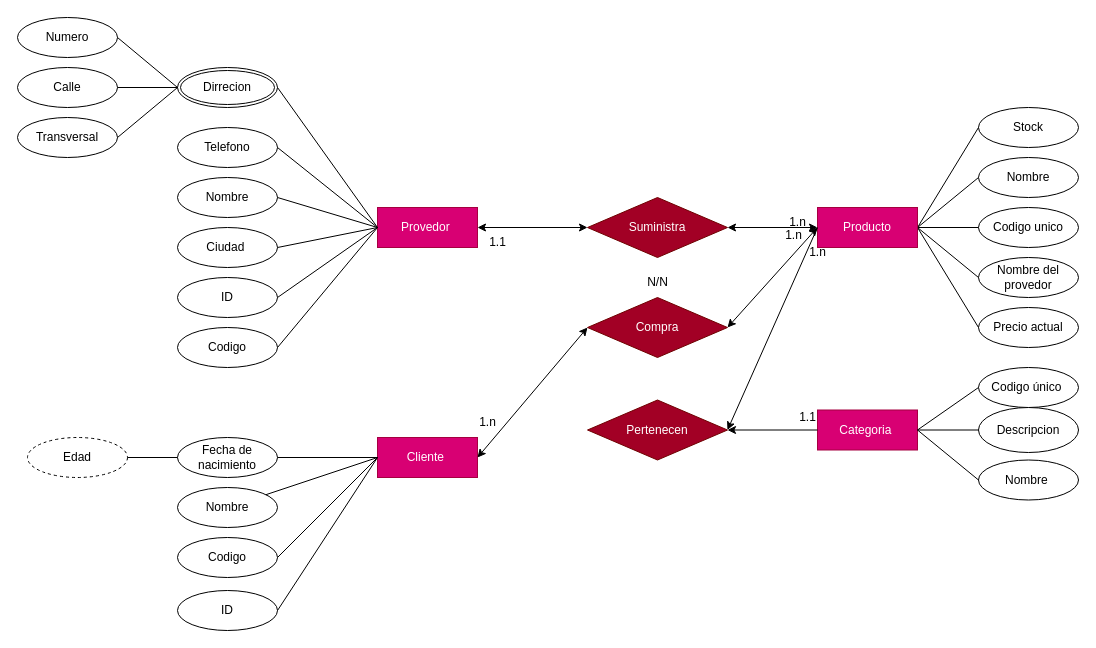
TatianaDaza/uni keeps this draw.io diagram as requisitos de sofware/Diagrama sin título.drawio. Above is the earlier version. Source tidied: cells renumbered, new cells numbered last; positions are measured from the earlier drawing's top-left corner, leaving out a move shared by most shapes. Both pictures are drawn from the tidied source at 100%, with x=0, y=0 at pixel (17, 17).
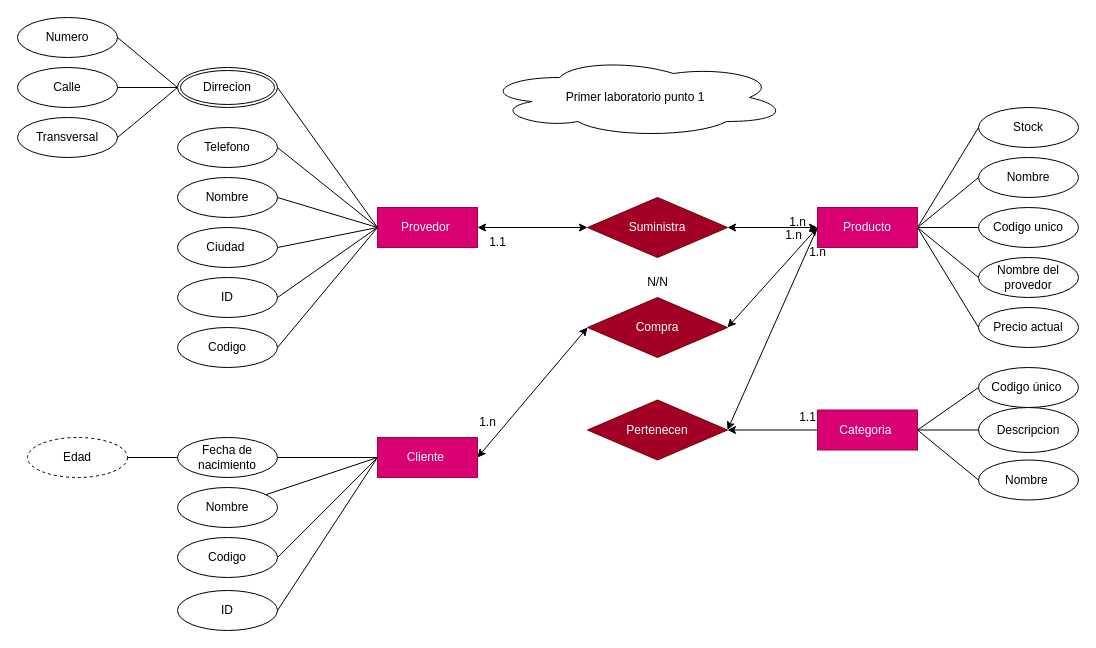
The same diagram, later.

Commit message:
Actualizar Diagrama 1.1.drawio

Diff of the diagram source:
```diff
@@
+    <mxCell id="66" value="Primer laboratorio punto 1" style="ellipse;shape=cloud;whiteSpace=wrap;html=1;fillColor=light-dark(#FFFFFF,#33FFFF);" parent="1" vertex="1">
+      <mxGeometry x="466" y="40" width="304" height="80" as="geometry" />
+    </mxCell>
```
